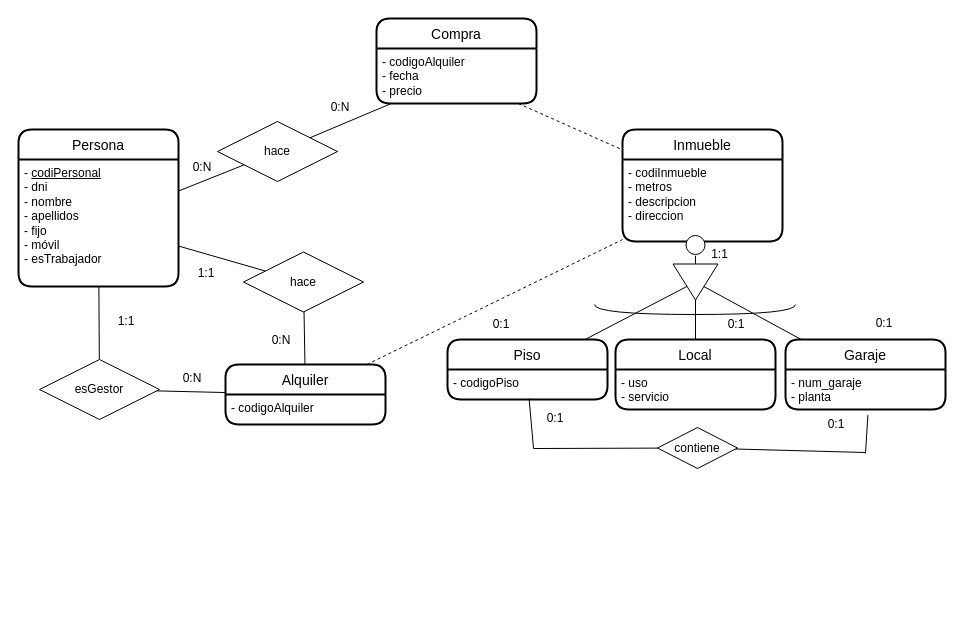
Before: ex18.drawio in JuanMarinG/TA12_MYSQL, a draw.io diagram. Source tidied: cells renumbered, new cells numbered last; positions are measured from the earlier drawing's top-left corner, leaving out a move shared by most shapes. Both pictures are drawn from the tidied source at 100%, with x=0, y=0 at pixel (18, 18).
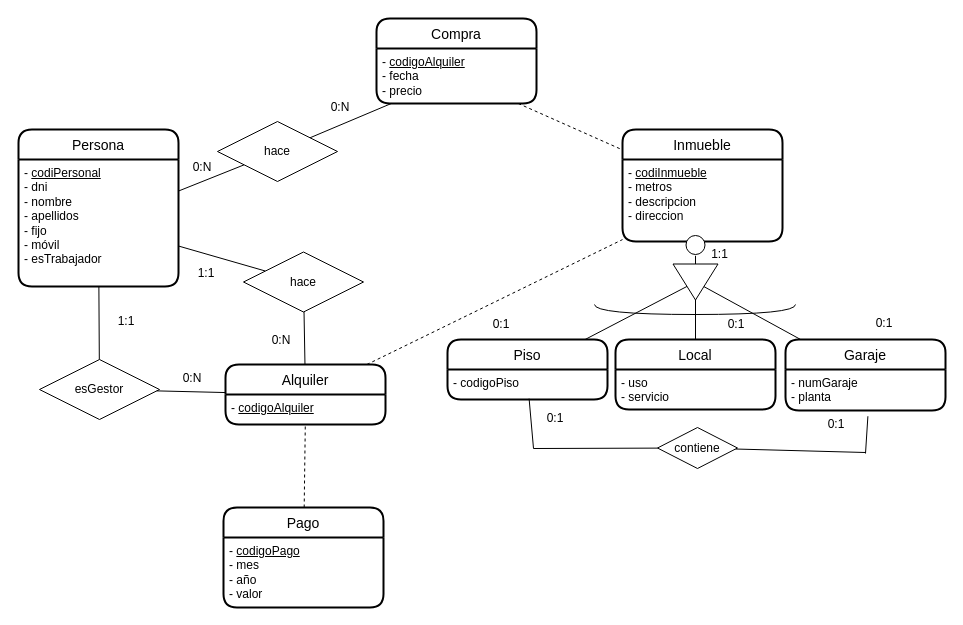
After the change.

Commit message:
entitat-relació fet

The change refers to these unchanged cells:
```xml
<mxCell id="5" value="Inmueble" style="swimlane;horizontal=1;startSize=30;rounded=1;fontSize=14;fontStyle=0;strokeWidth=2;shadow=0;align=center;fillStyle=auto;gradientColor=none;swimlaneFillColor=none;fillColor=default;sketch=0;glass=0;swimlaneLine=1;perimeterSpacing=0;" parent="1" vertex="1">
  <mxGeometry x="604" y="111" width="160" height="112" as="geometry" />
</mxCell>
<mxCell id="37" value="Alquiler" style="swimlane;horizontal=1;startSize=30;rounded=1;fontSize=14;fontStyle=0;strokeWidth=2;shadow=0;align=center;fillStyle=auto;gradientColor=none;swimlaneFillColor=none;fillColor=default;sketch=0;glass=0;swimlaneLine=1;perimeterSpacing=0;" parent="1" vertex="1">
  <mxGeometry x="207" y="346" width="160" height="60" as="geometry" />
</mxCell>
<mxCell id="39" value="Compra" style="swimlane;horizontal=1;startSize=30;rounded=1;fontSize=14;fontStyle=0;strokeWidth=2;shadow=0;align=center;fillStyle=auto;gradientColor=none;swimlaneFillColor=none;fillColor=default;sketch=0;glass=0;swimlaneLine=1;perimeterSpacing=0;" parent="1" vertex="1">
  <mxGeometry x="358" width="160" height="85" as="geometry" />
</mxCell>
```

Change to the diagram source:
```diff
@@
-    <mxCell id="6" value="&lt;div&gt;- codiInmueble&lt;/div&gt;&lt;div&gt;- metros&lt;/div&gt;&lt;div&gt;- descripcion&lt;br&gt;&lt;/div&gt;- direccion" style="text;html=1;align=left;verticalAlign=top;points=[];strokeColor=none;fillColor=none;spacingLeft=4;" parent="5" vertex="1">
+    <mxCell id="6" value="&lt;div&gt;- &lt;u&gt;codiInmueble&lt;/u&gt;&lt;/div&gt;&lt;div&gt;- metros&lt;/div&gt;&lt;div&gt;- descripcion&lt;br&gt;&lt;/div&gt;- direccion" style="text;html=1;align=left;verticalAlign=top;points=[];strokeColor=none;fillColor=none;spacingLeft=4;" parent="5" vertex="1">
       <mxGeometry y="30" width="160" height="82" as="geometry" />
     </mxCell>
@@
     <mxCell id="12" value="Garaje" style="swimlane;horizontal=1;startSize=30;rounded=1;fontSize=14;fontStyle=0;strokeWidth=2;shadow=0;align=center;fillStyle=auto;gradientColor=none;swimlaneFillColor=none;fillColor=default;sketch=0;glass=0;swimlaneLine=1;perimeterSpacing=0;" parent="1" vertex="1">
-      <mxGeometry x="767" y="321" width="160" height="70" as="geometry" />
+      <mxGeometry x="767" y="321" width="160" height="71" as="geometry" />
     </mxCell>
-    <mxCell id="13" value="- num_garaje&lt;br&gt;- planta" style="text;html=1;align=left;verticalAlign=top;points=[];strokeColor=none;fillColor=none;spacingLeft=4;" parent="12" vertex="1">
-      <mxGeometry y="30" width="160" height="40" as="geometry" />
+    <mxCell id="13" value="- numGaraje&lt;br&gt;- planta" style="text;html=1;align=left;verticalAlign=top;points=[];strokeColor=none;fillColor=none;spacingLeft=4;" parent="12" vertex="1">
+      <mxGeometry y="30" width="160" height="41" as="geometry" />
     </mxCell>
@@
-    <mxCell id="38" value="- codigoAlquiler" style="text;html=1;align=left;verticalAlign=top;points=[];strokeColor=none;fillColor=none;spacingLeft=4;" parent="37" vertex="1">
+    <mxCell id="38" value="- &lt;u&gt;codigoAlquiler&lt;/u&gt;" style="text;html=1;align=left;verticalAlign=top;points=[];strokeColor=none;fillColor=none;spacingLeft=4;" parent="37" vertex="1">
       <mxGeometry y="30" width="160" height="30" as="geometry" />
     </mxCell>
@@
-    <mxCell id="40" value="- codigoAlquiler&lt;br&gt;- fecha&lt;br&gt;- precio" style="text;html=1;align=left;verticalAlign=top;points=[];strokeColor=none;fillColor=none;spacingLeft=4;" parent="39" vertex="1">
+    <mxCell id="40" value="- &lt;u&gt;codigoAlquiler&lt;/u&gt;&lt;br&gt;- fecha&lt;br&gt;- precio" style="text;html=1;align=left;verticalAlign=top;points=[];strokeColor=none;fillColor=none;spacingLeft=4;" parent="39" vertex="1">
       <mxGeometry y="30" width="160" height="55" as="geometry" />
     </mxCell>
@@
+    <mxCell id="54" value="Pago" style="swimlane;horizontal=1;startSize=30;rounded=1;fontSize=14;fontStyle=0;strokeWidth=2;shadow=0;align=center;fillStyle=auto;gradientColor=none;swimlaneFillColor=none;fillColor=default;sketch=0;glass=0;swimlaneLine=1;perimeterSpacing=0;" parent="1" vertex="1">
+      <mxGeometry x="205" y="489" width="160" height="100" as="geometry" />
+    </mxCell>
+    <mxCell id="55" value="- &lt;u&gt;codigoPago&lt;/u&gt;&lt;br&gt;- mes&lt;br&gt;- año&lt;br&gt;- valor" style="text;html=1;align=left;verticalAlign=top;strokeColor=none;fillColor=none;spacingLeft=4;" parent="54" vertex="1">
+      <mxGeometry y="30" width="160" height="70" as="geometry" />
+    </mxCell>
+    <mxCell id="56" style="endArrow=none;html=1;rounded=0;dashed=1;" parent="1" edge="1" source="54" target="38">
+      <mxGeometry relative="1" as="geometry" />
+    </mxCell>
```
